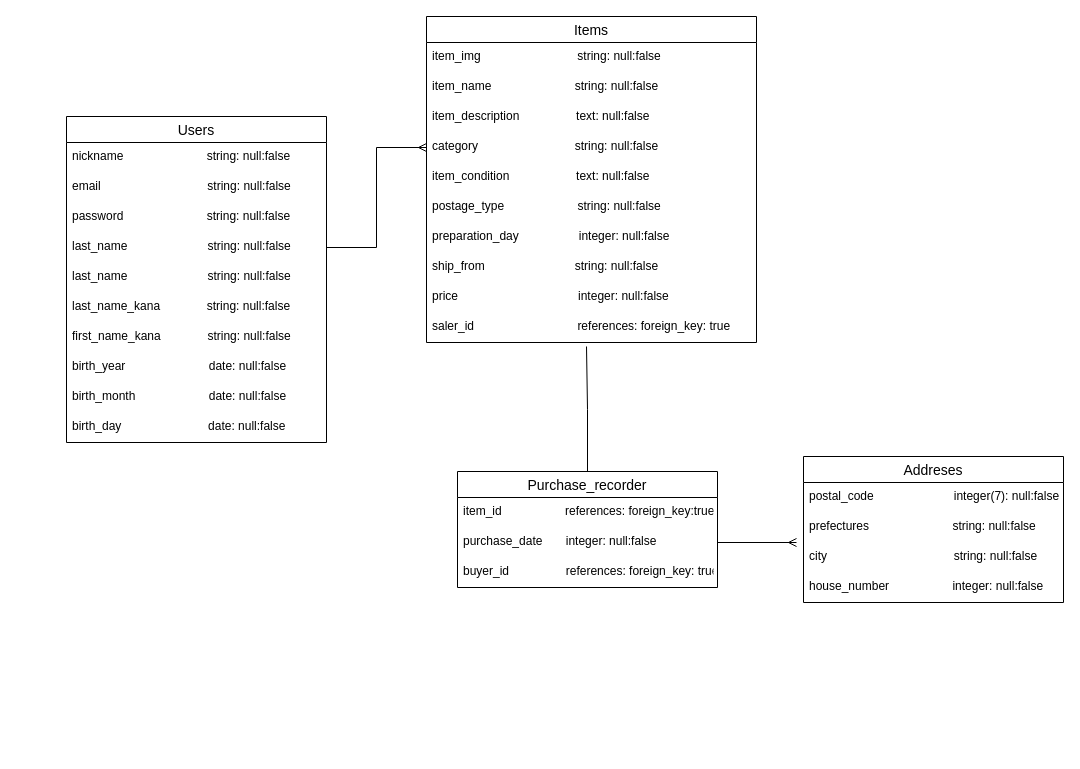
Before: furima.dio in OguraShota/furima-32084, a draw.io diagram. Source tidied: cells renumbered, new cells numbered last; positions are measured from the earlier drawing's top-left corner, leaving out a move shared by most shapes. Both pictures are drawn from the tidied source at 100%, with x=0, y=0 at pixel (66, 16).
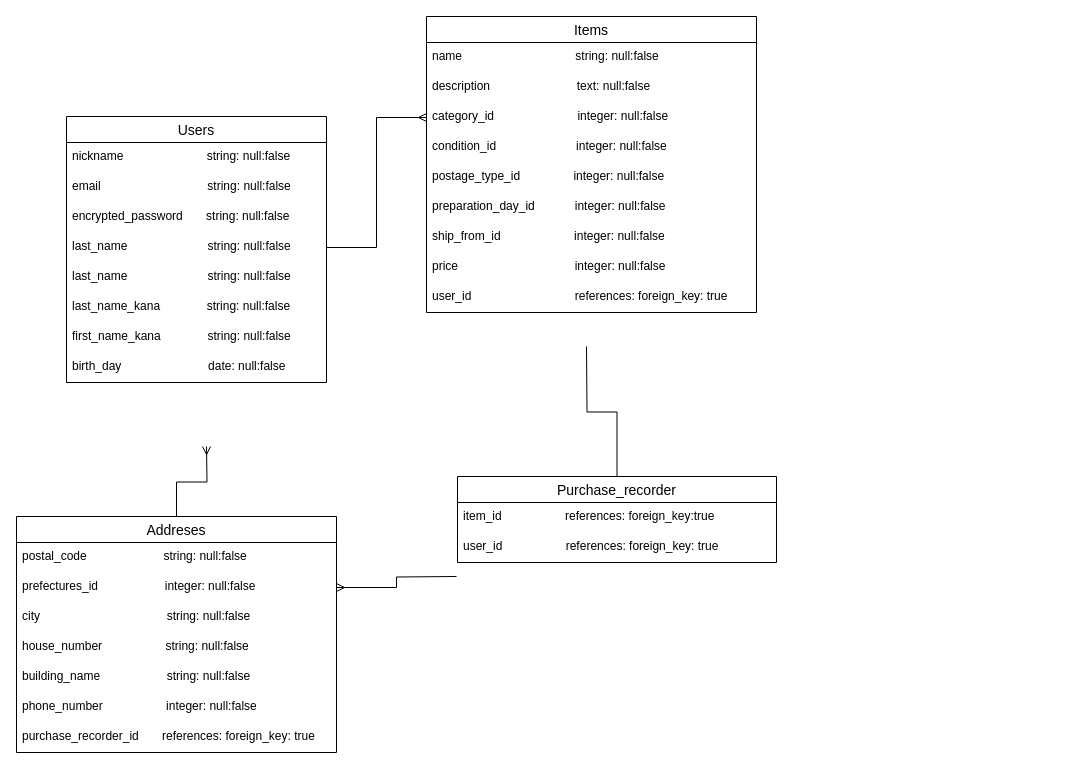
The same diagram, later.

Commit message (it also covers changes not shown here):
DB設計の修正

Diff of the diagram source:
```diff
@@
     <mxCell id="2" value="Items" style="swimlane;fontStyle=0;horizontal=1;startSize=26;align=center;fontSize=14;" parent="1" vertex="1">
-      <mxGeometry x="360" width="330" height="326" as="geometry" />
+      <mxGeometry x="360" width="330" height="296" as="geometry" />
     </mxCell>
-    <mxCell id="3" value="item_img                             string: null:false" style="text;strokeColor=none;fillColor=none;spacingLeft=4;spacingRight=4;overflow=hidden;fontSize=12;" parent="2" vertex="1">
-      <mxGeometry y="26" width="330" height="30" as="geometry" />
-    </mxCell>
-    <mxCell id="4" value="item_name                         string: null:false" style="text;strokeColor=none;fillColor=none;spacingLeft=4;spacingRight=4;overflow=hidden;fontSize=12;" parent="2" vertex="1">
-      <mxGeometry y="56" width="330" height="30" as="geometry" />
+    <mxCell id="4" value="name                                  string: null:false" style="text;strokeColor=none;fillColor=none;spacingLeft=4;spacingRight=4;overflow=hidden;fontSize=12;" parent="2" vertex="1">
+      <mxGeometry y="26" width="330" height="30" as="geometry" />
     </mxCell>
-    <mxCell id="5" value="item_description                 text: null:false" style="text;strokeColor=none;fillColor=none;spacingLeft=4;spacingRight=4;overflow=hidden;fontSize=12;" parent="2" vertex="1">
-      <mxGeometry y="86" width="330" height="30" as="geometry" />
+    <mxCell id="5" value="description                          text: null:false" style="text;strokeColor=none;fillColor=none;spacingLeft=4;spacingRight=4;overflow=hidden;fontSize=12;" parent="2" vertex="1">
+      <mxGeometry y="56" width="330" height="30" as="geometry" />
     </mxCell>
-    <mxCell id="6" value="category                             string: null:false" style="text;strokeColor=none;fillColor=none;spacingLeft=4;spacingRight=4;overflow=hidden;points=[[0,0.5],[1,0.5]];portConstraint=eastwest;fontSize=12;" parent="2" vertex="1">
-      <mxGeometry y="116" width="330" height="30" as="geometry" />
+    <mxCell id="6" value="category_id                         integer: null:false" style="text;strokeColor=none;fillColor=none;spacingLeft=4;spacingRight=4;overflow=hidden;points=[[0,0.5],[1,0.5]];portConstraint=eastwest;fontSize=12;" parent="2" vertex="1">
+      <mxGeometry y="86" width="330" height="30" as="geometry" />
     </mxCell>
-    <mxCell id="7" value="item_condition                    text: null:false" style="text;strokeColor=none;fillColor=none;spacingLeft=4;spacingRight=4;overflow=hidden;fontSize=12;" parent="2" vertex="1">
-      <mxGeometry y="146" width="330" height="30" as="geometry" />
+    <mxCell id="7" value="condition_id                        integer: null:false" style="text;strokeColor=none;fillColor=none;spacingLeft=4;spacingRight=4;overflow=hidden;fontSize=12;" parent="2" vertex="1">
+      <mxGeometry y="116" width="330" height="30" as="geometry" />
     </mxCell>
-    <mxCell id="8" value="postage_type                      string: null:false" style="text;strokeColor=none;fillColor=none;spacingLeft=4;spacingRight=4;overflow=hidden;fontSize=12;" parent="2" vertex="1">
-      <mxGeometry y="176" width="330" height="30" as="geometry" />
+    <mxCell id="8" value="postage_type_id                integer: null:false" style="text;strokeColor=none;fillColor=none;spacingLeft=4;spacingRight=4;overflow=hidden;fontSize=12;" parent="2" vertex="1">
+      <mxGeometry y="146" width="330" height="30" as="geometry" />
     </mxCell>
-    <mxCell id="9" value="preparation_day                  integer: null:false" style="text;strokeColor=none;fillColor=none;spacingLeft=4;spacingRight=4;overflow=hidden;fontSize=12;" parent="2" vertex="1">
-      <mxGeometry y="206" width="330" height="30" as="geometry" />
+    <mxCell id="9" value="preparation_day_id            integer: null:false" style="text;strokeColor=none;fillColor=none;spacingLeft=4;spacingRight=4;overflow=hidden;fontSize=12;" parent="2" vertex="1">
+      <mxGeometry y="176" width="330" height="30" as="geometry" />
     </mxCell>
-    <mxCell id="10" value="ship_from                           string: null:false" style="text;strokeColor=none;fillColor=none;spacingLeft=4;spacingRight=4;overflow=hidden;fontSize=12;" parent="2" vertex="1">
-      <mxGeometry y="236" width="330" height="30" as="geometry" />
+    <mxCell id="10" value="ship_from_id                      integer: null:false" style="text;strokeColor=none;fillColor=none;spacingLeft=4;spacingRight=4;overflow=hidden;fontSize=12;" parent="2" vertex="1">
+      <mxGeometry y="206" width="330" height="30" as="geometry" />
     </mxCell>
-    <mxCell id="11" value="price                                    integer: null:false" style="text;strokeColor=none;fillColor=none;spacingLeft=4;spacingRight=4;overflow=hidden;fontSize=12;" parent="2" vertex="1">
-      <mxGeometry y="266" width="330" height="30" as="geometry" />
+    <mxCell id="11" value="price                                   integer: null:false" style="text;strokeColor=none;fillColor=none;spacingLeft=4;spacingRight=4;overflow=hidden;fontSize=12;" parent="2" vertex="1">
+      <mxGeometry y="236" width="330" height="30" as="geometry" />
     </mxCell>
-    <mxCell id="12" value="saler_id                               references: foreign_key: true" style="text;strokeColor=none;fillColor=none;spacingLeft=4;spacingRight=4;overflow=hidden;fontSize=12;" parent="2" vertex="1">
-      <mxGeometry y="296" width="330" height="30" as="geometry" />
+    <mxCell id="12" value="user_id                               references: foreign_key: true" style="text;strokeColor=none;fillColor=none;spacingLeft=4;spacingRight=4;overflow=hidden;fontSize=12;" parent="2" vertex="1">
+      <mxGeometry y="266" width="330" height="30" as="geometry" />
     </mxCell>
@@
     <mxCell id="14" value="Users" style="swimlane;fontStyle=0;horizontal=1;startSize=26;align=center;fontSize=14;" parent="1" vertex="1">
-      <mxGeometry y="100" width="260" height="326" as="geometry" />
+      <mxGeometry y="100" width="260" height="266" as="geometry" />
     </mxCell>
@@
-    <mxCell id="17" value="password                         string: null:false" style="text;strokeColor=none;fillColor=none;spacingLeft=4;spacingRight=4;overflow=hidden;fontSize=12;" parent="14" vertex="1">
+    <mxCell id="17" value="encrypted_password       string: null:false" style="text;strokeColor=none;fillColor=none;spacingLeft=4;spacingRight=4;overflow=hidden;fontSize=12;" parent="14" vertex="1">
       <mxGeometry y="86" width="260" height="30" as="geometry" />
     </mxCell>
@@
-    <mxCell id="22" value="birth_year                         date: null:false" style="text;strokeColor=none;fillColor=none;spacingLeft=4;spacingRight=4;overflow=hidden;fontSize=12;" parent="14" vertex="1">
-      <mxGeometry y="236" width="260" height="30" as="geometry" />
-    </mxCell>
-    <mxCell id="23" value="birth_month                      date: null:false" style="text;strokeColor=none;fillColor=none;spacingLeft=4;spacingRight=4;overflow=hidden;fontSize=12;" parent="14" vertex="1">
-      <mxGeometry y="266" width="260" height="30" as="geometry" />
-    </mxCell>
     <mxCell id="24" value="birth_day                          date: null:false" style="text;strokeColor=none;fillColor=none;spacingLeft=4;spacingRight=4;overflow=hidden;fontSize=12;" parent="14" vertex="1">
-      <mxGeometry y="296" width="260" height="30" as="geometry" />
+      <mxGeometry y="236" width="260" height="30" as="geometry" />
     </mxCell>
+    <mxCell id="30" style="edgeStyle=orthogonalEdgeStyle;rounded=0;jettySize=auto;html=1;exitX=0.5;exitY=0;exitDx=0;exitDy=0;startArrow=none;startFill=0;endArrow=none;endFill=0;" parent="1" edge="1" source="31">
+      <mxGeometry relative="1" as="geometry">
+        <mxPoint x="520" y="330" as="targetPoint" />
+      </mxGeometry>
+    </mxCell>
+    <mxCell id="31" value="Purchase_recorder" style="swimlane;fontStyle=0;horizontal=1;startSize=26;align=center;fontSize=14;" parent="1" vertex="1">
+      <mxGeometry x="391" y="460" width="319" height="86" as="geometry" />
+    </mxCell>
+    <mxCell id="32" value="item_id                   references: foreign_key:true" style="text;strokeColor=none;fillColor=none;spacingLeft=4;spacingRight=4;overflow=hidden;fontSize=12;" parent="31" vertex="1">
+      <mxGeometry y="26" width="319" height="30" as="geometry" />
+    </mxCell>
+    <mxCell id="34" value="user_id                   references: foreign_key: true" style="text;strokeColor=none;fillColor=none;spacingLeft=4;spacingRight=4;overflow=hidden;fontSize=12;" parent="31" vertex="1">
+      <mxGeometry y="56" width="319" height="30" as="geometry" />
+    </mxCell>
+    <mxCell id="36" style="edgeStyle=orthogonalEdgeStyle;rounded=0;jettySize=auto;html=1;exitX=0.5;exitY=0;exitDx=0;exitDy=0;startArrow=none;startFill=0;endArrow=ERmany;endFill=0;" parent="1" edge="1" source="25">
+      <mxGeometry relative="1" as="geometry">
+        <mxPoint x="140" y="430" as="targetPoint" />
+      </mxGeometry>
+    </mxCell>
     <mxCell id="25" value="Addreses" style="swimlane;fontStyle=0;horizontal=1;startSize=26;align=center;fontSize=14;" parent="1" vertex="1">
-      <mxGeometry x="737" y="440" width="260" height="146" as="geometry" />
+      <mxGeometry x="-50" y="500" width="320" height="236" as="geometry" />
     </mxCell>
-    <mxCell id="26" value="postal_code                        integer(7): null:false" style="text;strokeColor=none;fillColor=none;spacingLeft=4;spacingRight=4;overflow=hidden;fontSize=12;" parent="25" vertex="1">
-      <mxGeometry y="26" width="260" height="30" as="geometry" />
+    <mxCell id="26" value="postal_code                       string: null:false" style="text;strokeColor=none;fillColor=none;spacingLeft=4;spacingRight=4;overflow=hidden;fontSize=12;" parent="25" vertex="1">
+      <mxGeometry y="26" width="320" height="30" as="geometry" />
     </mxCell>
-    <mxCell id="27" value="prefectures                         string: null:false" style="text;strokeColor=none;fillColor=none;spacingLeft=4;spacingRight=4;overflow=hidden;points=[[0,0.5],[1,0.5]];portConstraint=eastwest;fontSize=12;" parent="25" vertex="1">
-      <mxGeometry y="56" width="260" height="30" as="geometry" />
+    <mxCell id="27" value="prefectures_id                    integer: null:false" style="text;strokeColor=none;fillColor=none;spacingLeft=4;spacingRight=4;overflow=hidden;points=[[0,0.5],[1,0.5]];portConstraint=eastwest;fontSize=12;" parent="25" vertex="1">
+      <mxGeometry y="56" width="320" height="30" as="geometry" />
     </mxCell>
+    <mxCell id="37" value="city                                      string: null:false" style="text;strokeColor=none;fillColor=none;spacingLeft=4;spacingRight=4;overflow=hidden;fontSize=12;" parent="25" vertex="1">
+      <mxGeometry y="86" width="320" height="30" as="geometry" />
+    </mxCell>
+    <mxCell id="38" value="house_number                   string: null:false" style="text;strokeColor=none;fillColor=none;spacingLeft=4;spacingRight=4;overflow=hidden;fontSize=12;" parent="25" vertex="1">
+      <mxGeometry y="116" width="320" height="30" as="geometry" />
+    </mxCell>
+    <mxCell id="39" value="building_name                    string: null:false" style="text;strokeColor=none;fillColor=none;spacingLeft=4;spacingRight=4;overflow=hidden;fontSize=12;" parent="25" vertex="1">
+      <mxGeometry y="146" width="320" height="30" as="geometry" />
+    </mxCell>
-    <mxCell id="28" value="city                                      string: null:false" style="text;strokeColor=none;fillColor=none;spacingLeft=4;spacingRight=4;overflow=hidden;fontSize=12;" parent="25" vertex="1">
-      <mxGeometry y="86" width="260" height="30" as="geometry" />
+    <mxCell id="28" value="phone_number                   integer: null:false" style="text;strokeColor=none;fillColor=none;spacingLeft=4;spacingRight=4;overflow=hidden;fontSize=12;" parent="25" vertex="1">
+      <mxGeometry y="176" width="320" height="30" as="geometry" />
     </mxCell>
-    <mxCell id="29" value="house_number                   integer: null:false" style="text;strokeColor=none;fillColor=none;spacingLeft=4;spacingRight=4;overflow=hidden;fontSize=12;" parent="25" vertex="1">
-      <mxGeometry y="116" width="260" height="30" as="geometry" />
+    <mxCell id="29" value="purchase_recorder_id       references: foreign_key: true&#10;    " style="text;strokeColor=none;fillColor=none;spacingLeft=4;spacingRight=4;overflow=hidden;fontSize=12;" parent="25" vertex="1">
+      <mxGeometry y="206" width="320" height="30" as="geometry" />
     </mxCell>
-    <mxCell id="30" style="edgeStyle=orthogonalEdgeStyle;rounded=0;jettySize=auto;html=1;exitX=0.5;exitY=0;exitDx=0;exitDy=0;startArrow=none;startFill=0;endArrow=none;endFill=0;" parent="1" edge="1" source="31">
-      <mxGeometry relative="1" as="geometry">
-        <mxPoint x="520" y="330" as="targetPoint" />
-      </mxGeometry>
-    </mxCell>
-    <mxCell id="31" value="Purchase_recorder" style="swimlane;fontStyle=0;horizontal=1;startSize=26;align=center;fontSize=14;" parent="1" vertex="1">
-      <mxGeometry x="391" y="455" width="260" height="116" as="geometry" />
-    </mxCell>
-    <mxCell id="32" value="item_id                   references: foreign_key:true" style="text;strokeColor=none;fillColor=none;spacingLeft=4;spacingRight=4;overflow=hidden;fontSize=12;" parent="31" vertex="1">
-      <mxGeometry y="26" width="260" height="30" as="geometry" />
-    </mxCell>
-    <mxCell id="33" value="purchase_date       integer: null:false" style="text;strokeColor=none;fillColor=none;spacingLeft=4;spacingRight=4;overflow=hidden;points=[[0,0.5],[1,0.5]];portConstraint=eastwest;fontSize=12;" parent="31" vertex="1">
-      <mxGeometry y="56" width="260" height="30" as="geometry" />
-    </mxCell>
-    <mxCell id="34" value="buyer_id                 references: foreign_key: true" style="text;strokeColor=none;fillColor=none;spacingLeft=4;spacingRight=4;overflow=hidden;fontSize=12;" parent="31" vertex="1">
-      <mxGeometry y="86" width="260" height="30" as="geometry" />
-    </mxCell>
-    <mxCell id="35" style="edgeStyle=orthogonalEdgeStyle;rounded=0;jettySize=auto;html=1;exitX=1;exitY=0.5;exitDx=0;exitDy=0;startArrow=none;startFill=0;endArrow=ERmany;endFill=0;" parent="1" edge="1" source="33">
+    <mxCell id="35" style="edgeStyle=orthogonalEdgeStyle;rounded=0;jettySize=auto;html=1;exitX=1;exitY=0.5;exitDx=0;exitDy=0;startArrow=ERmany;startFill=0;endArrow=none;endFill=0;" parent="1" edge="1" source="27">
       <mxGeometry relative="1" as="geometry">
-        <mxPoint x="730" y="526" as="targetPoint" />
+        <mxPoint x="390" y="560" as="targetPoint" />
       </mxGeometry>
     </mxCell>
```
